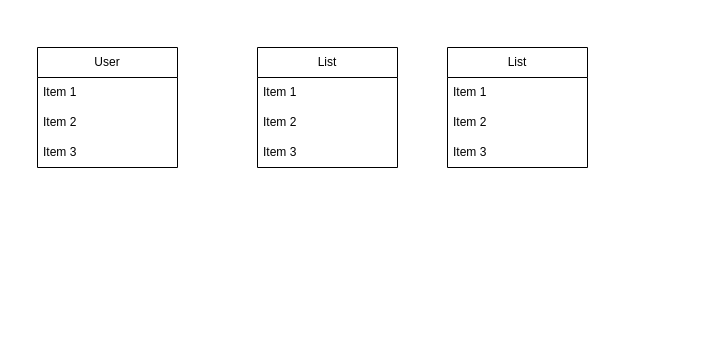
Earlier version of the draw.io diagram busisnessMap.drawio (irichardo/PaginaParaServicio). Source tidied: cells renumbered, new cells numbered last; positions are measured from the earlier drawing's top-left corner, leaving out a move shared by most shapes. Both pictures are drawn from the tidied source at 100%, with x=0, y=0 at pixel (37, 47).
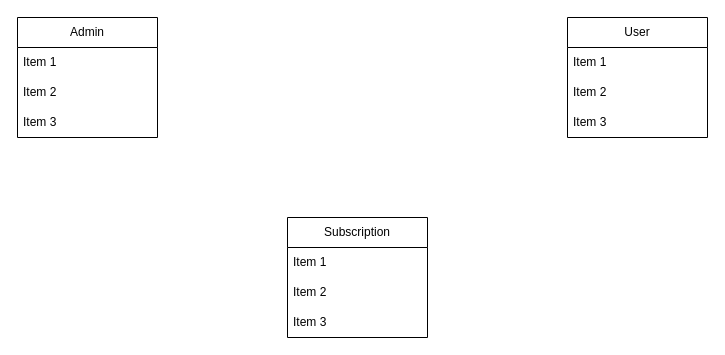
After the change.

What changed in the source:
```diff
@@
 <mxGraphModel>
   <root>
     <mxCell id="0" />
     <mxCell id="1" parent="0" />
-    <mxCell id="2" value="User" style="swimlane;fontStyle=0;horizontal=1;startSize=30;whiteSpace=wrap;html=1;" parent="1" vertex="1">
-      <mxGeometry width="140" height="120" as="geometry" />
-    </mxCell>
-    <mxCell id="3" value="Item 1" style="text;strokeColor=none;fillColor=none;align=left;verticalAlign=middle;spacingLeft=4;spacingRight=4;overflow=hidden;whiteSpace=wrap;html=1;" parent="2" vertex="1">
-      <mxGeometry y="30" width="140" height="30" as="geometry" />
-    </mxCell>
-    <mxCell id="4" value="Item 2" style="text;strokeColor=none;fillColor=none;align=left;verticalAlign=middle;spacingLeft=4;spacingRight=4;overflow=hidden;whiteSpace=wrap;html=1;" parent="2" vertex="1">
-      <mxGeometry y="60" width="140" height="30" as="geometry" />
-    </mxCell>
-    <mxCell id="5" value="Item 3" style="text;strokeColor=none;fillColor=none;align=left;verticalAlign=middle;spacingLeft=4;spacingRight=4;overflow=hidden;whiteSpace=wrap;html=1;" parent="2" vertex="1">
-      <mxGeometry y="90" width="140" height="30" as="geometry" />
-    </mxCell>
-    <mxCell id="6" value="List" style="swimlane;fontStyle=0;horizontal=1;startSize=30;whiteSpace=wrap;html=1;" parent="1" vertex="1">
-      <mxGeometry x="220" width="140" height="120" as="geometry" />
+    <mxCell id="6" value="Admin" style="swimlane;fontStyle=0;horizontal=1;startSize=30;whiteSpace=wrap;html=1;" parent="1" vertex="1">
+      <mxGeometry x="-20" y="-30" width="140" height="120" as="geometry" />
     </mxCell>
     <mxCell id="7" value="Item 1" style="text;strokeColor=none;fillColor=none;align=left;verticalAlign=middle;spacingLeft=4;spacingRight=4;overflow=hidden;whiteSpace=wrap;html=1;" parent="6" vertex="1">
       <mxGeometry y="30" width="140" height="30" as="geometry" />
     </mxCell>
     <mxCell id="8" value="Item 2" style="text;strokeColor=none;fillColor=none;align=left;verticalAlign=middle;spacingLeft=4;spacingRight=4;overflow=hidden;whiteSpace=wrap;html=1;" parent="6" vertex="1">
       <mxGeometry y="60" width="140" height="30" as="geometry" />
     </mxCell>
     <mxCell id="9" value="Item 3" style="text;strokeColor=none;fillColor=none;align=left;verticalAlign=middle;spacingLeft=4;spacingRight=4;overflow=hidden;whiteSpace=wrap;html=1;" parent="6" vertex="1">
       <mxGeometry y="90" width="140" height="30" as="geometry" />
     </mxCell>
-    <mxCell id="10" value="List" style="swimlane;fontStyle=0;horizontal=1;startSize=30;whiteSpace=wrap;html=1;" parent="1" vertex="1">
-      <mxGeometry x="410" width="140" height="120" as="geometry" />
+    <mxCell id="10" value="User" style="swimlane;fontStyle=0;horizontal=1;startSize=30;whiteSpace=wrap;html=1;" parent="1" vertex="1">
+      <mxGeometry x="530" y="-30" width="140" height="120" as="geometry" />
     </mxCell>
     <mxCell id="11" value="Item 1" style="text;strokeColor=none;fillColor=none;align=left;verticalAlign=middle;spacingLeft=4;spacingRight=4;overflow=hidden;whiteSpace=wrap;html=1;" parent="10" vertex="1">
       <mxGeometry y="30" width="140" height="30" as="geometry" />
     </mxCell>
     <mxCell id="12" value="Item 2" style="text;strokeColor=none;fillColor=none;align=left;verticalAlign=middle;spacingLeft=4;spacingRight=4;overflow=hidden;whiteSpace=wrap;html=1;" parent="10" vertex="1">
       <mxGeometry y="60" width="140" height="30" as="geometry" />
     </mxCell>
     <mxCell id="13" value="Item 3" style="text;strokeColor=none;fillColor=none;align=left;verticalAlign=middle;spacingLeft=4;spacingRight=4;overflow=hidden;whiteSpace=wrap;html=1;" parent="10" vertex="1">
       <mxGeometry y="90" width="140" height="30" as="geometry" />
     </mxCell>
+    <mxCell id="14" value="Subscription" style="swimlane;fontStyle=0;horizontal=1;startSize=30;whiteSpace=wrap;html=1;" parent="1" vertex="1">
+      <mxGeometry x="250" y="170" width="140" height="120" as="geometry" />
+    </mxCell>
+    <mxCell id="3" value="Item 1" style="text;strokeColor=none;fillColor=none;align=left;verticalAlign=middle;spacingLeft=4;spacingRight=4;overflow=hidden;whiteSpace=wrap;html=1;" parent="14" vertex="1">
+      <mxGeometry y="30" width="140" height="30" as="geometry" />
+    </mxCell>
+    <mxCell id="4" value="Item 2" style="text;strokeColor=none;fillColor=none;align=left;verticalAlign=middle;spacingLeft=4;spacingRight=4;overflow=hidden;whiteSpace=wrap;html=1;" parent="14" vertex="1">
+      <mxGeometry y="60" width="140" height="30" as="geometry" />
+    </mxCell>
+    <mxCell id="5" value="Item 3" style="text;strokeColor=none;fillColor=none;align=left;verticalAlign=middle;spacingLeft=4;spacingRight=4;overflow=hidden;whiteSpace=wrap;html=1;" parent="14" vertex="1">
+      <mxGeometry y="90" width="140" height="30" as="geometry" />
+    </mxCell>
   </root>
 </mxGraphModel>
```
